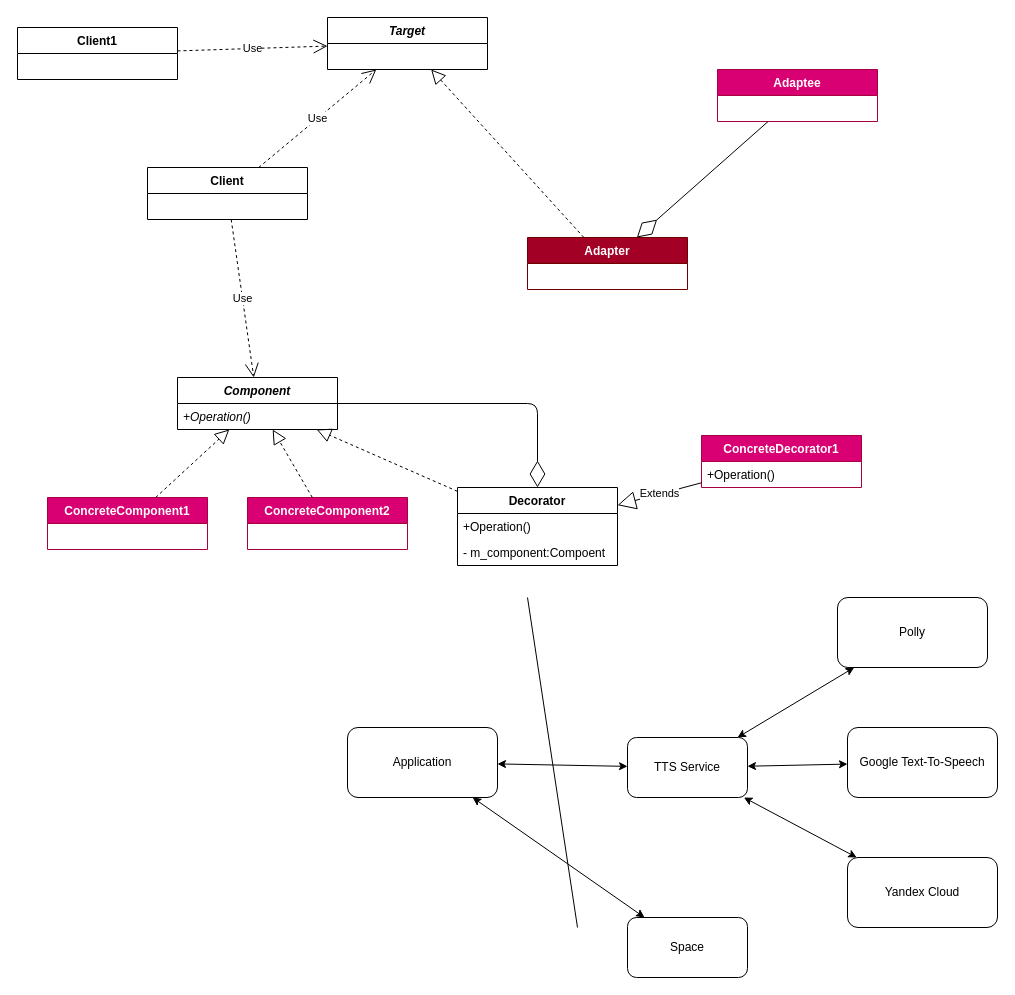
alexey-malov/ood keeps this draw.io diagram as lectures/07.adapter/adapter-vs-decorator.drawio. Above is the earlier version. Source tidied: cells renumbered, new cells numbered last; positions are measured from the earlier drawing's top-left corner, leaving out a move shared by most shapes. Both pictures are drawn from the tidied source at 100%, with x=0, y=0 at pixel (17, 17).
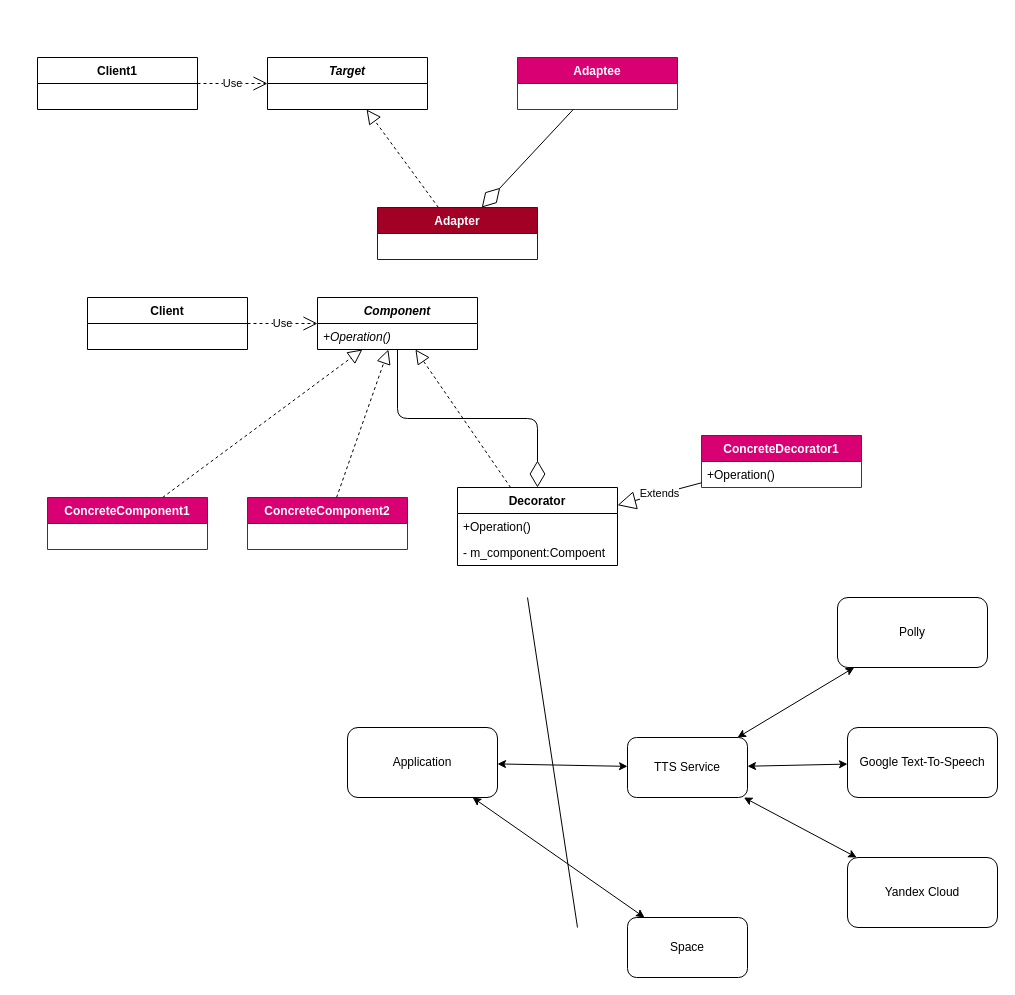
Above is the later version.

Commit message (it also covers changes not shown here):
Обновил лекцию по паттерну Adapter

The edit, as a diff of the source:
```diff
@@
     <mxCell id="14" value="Client" style="swimlane;fontStyle=1;align=center;verticalAlign=top;horizontal=1;startSize=26;" parent="1" vertex="1">
-      <mxGeometry x="130" y="150" width="160" height="52" as="geometry" />
+      <mxGeometry x="70" y="280" width="160" height="52" as="geometry" />
     </mxCell>
     <mxCell id="15" value="Target" style="swimlane;fontStyle=3;align=center;verticalAlign=top;horizontal=1;startSize=26;" parent="1" vertex="1">
-      <mxGeometry x="310" width="160" height="52" as="geometry" />
+      <mxGeometry x="250" y="40" width="160" height="52" as="geometry" />
     </mxCell>
-    <mxCell id="16" value="Use" style="endArrow=open;endSize=12;dashed=1;html=1;" parent="1" edge="1" source="14" target="15">
-      <mxGeometry relative="1" as="geometry" />
-    </mxCell>
     <mxCell id="17" value="Adapter" style="swimlane;fontStyle=1;align=center;verticalAlign=top;horizontal=1;startSize=26;fillColor=#a20025;strokeColor=#6F0000;fontColor=#ffffff;" parent="1" vertex="1">
-      <mxGeometry x="510" y="220" width="160" height="52" as="geometry" />
+      <mxGeometry x="360" y="190" width="160" height="52" as="geometry" />
     </mxCell>
@@
     <mxCell id="19" value="Adaptee" style="swimlane;fontStyle=1;align=center;verticalAlign=top;horizontal=1;startSize=26;fillColor=#d80073;strokeColor=#A50040;fontColor=#ffffff;" parent="1" vertex="1">
-      <mxGeometry x="700" y="52" width="160" height="52" as="geometry" />
+      <mxGeometry x="500" y="40" width="160" height="52" as="geometry" />
     </mxCell>
@@
     <mxCell id="21" value="Component" style="swimlane;fontStyle=3;align=center;verticalAlign=top;horizontal=1;startSize=26;" parent="1" vertex="1">
-      <mxGeometry x="160" y="360" width="160" height="52" as="geometry" />
+      <mxGeometry x="300" y="280" width="160" height="52" as="geometry" />
     </mxCell>
@@
     <mxCell id="36" value="Client1" style="swimlane;fontStyle=1;align=center;verticalAlign=top;horizontal=1;startSize=26;" parent="1" vertex="1">
-      <mxGeometry y="10" width="160" height="52" as="geometry" />
+      <mxGeometry x="20" y="40" width="160" height="52" as="geometry" />
     </mxCell>
```
